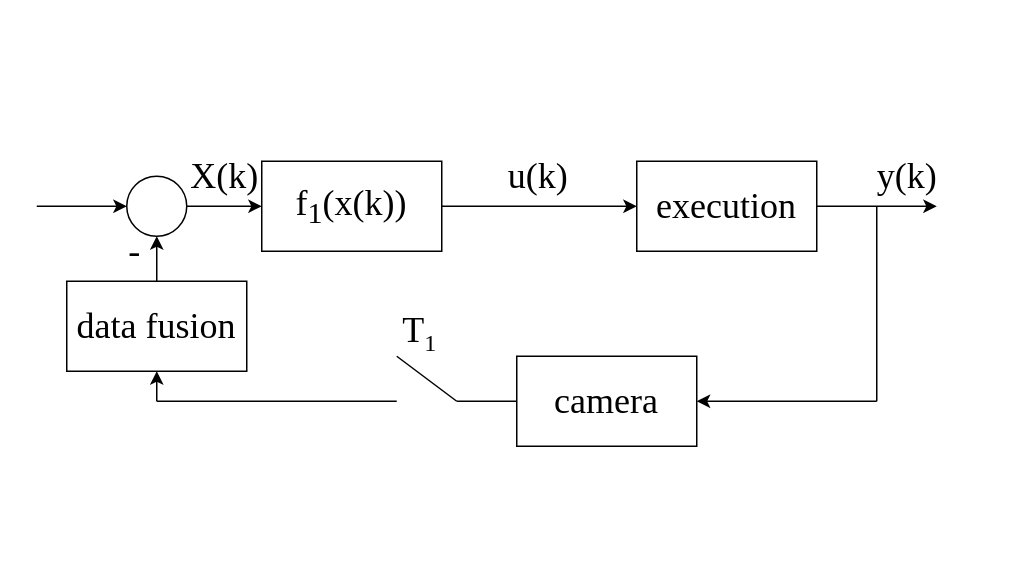
This is pics/block diagram/system model 1 sensor.drawio from kemosabe564/simulation, a draw.io file, before an edit. Source tidied: cells renumbered, new cells numbered last; positions are measured from the earlier drawing's top-left corner, leaving out a move shared by most shapes. Both pictures are drawn from the tidied source at 150%, with x=0, y=0 at pixel (36, 146).
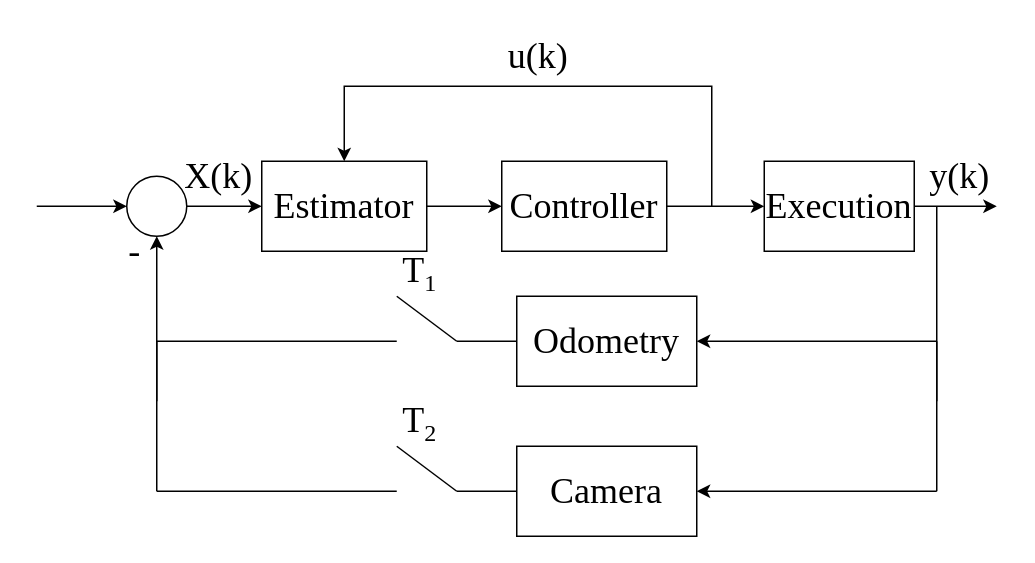
The same diagram, later.

The change refers to these unchanged cells:
```xml
<mxCell id="16" style="ellipse;whiteSpace=wrap;html=1;fontFamily=Times New Roman;fontSize=16;" parent="1" vertex="1">
  <mxGeometry x="60" y="20" width="40" height="40" as="geometry" />
</mxCell>
```

Diff of the diagram source:
```diff
@@
     <mxCell id="2" style="edgeStyle=orthogonalEdgeStyle;rounded=0;jettySize=auto;html=1;exitX=1;exitY=0.5;exitDx=0;exitDy=0;fontFamily=Times New Roman;fontSize=24;" parent="1" edge="1" source="3">
       <mxGeometry relative="1" as="geometry">
-        <mxPoint x="600" y="40" as="targetPoint" />
+        <mxPoint x="640" y="40" as="targetPoint" />
       </mxGeometry>
     </mxCell>
-    <mxCell id="3" value="&lt;font style=&quot;font-size: 24px;&quot; face=&quot;Times New Roman&quot;&gt;execution&lt;/font&gt;" style="rounded=0;whiteSpace=wrap;html=1;" parent="1" vertex="1">
-      <mxGeometry x="400" y="10" width="120" height="60" as="geometry" />
+    <mxCell id="3" value="&lt;font style=&quot;font-size: 24px;&quot; face=&quot;Times New Roman&quot;&gt;Execution&lt;/font&gt;" style="rounded=0;whiteSpace=wrap;html=1;" parent="1" vertex="1">
+      <mxGeometry x="485" y="10" width="100" height="60" as="geometry" />
     </mxCell>
     <mxCell id="4" value="y(k)" style="text;html=1;align=center;verticalAlign=middle;strokeColor=none;fillColor=none;fontSize=24;fontFamily=Times New Roman;" parent="1" vertex="1">
-      <mxGeometry x="550" width="60" height="40" as="geometry" />
+      <mxGeometry x="585" width="60" height="40" as="geometry" />
     </mxCell>
-    <mxCell id="5" style="edgeStyle=orthogonalEdgeStyle;rounded=0;jettySize=auto;html=1;exitX=1;exitY=0.5;exitDx=0;exitDy=0;entryX=0;entryY=0.5;entryDx=0;entryDy=0;fontFamily=Times New Roman;fontSize=24;" parent="1" edge="1" source="6" target="3">
-      <mxGeometry relative="1" as="geometry" />
-    </mxCell>
-    <mxCell id="6" value="f&lt;sub&gt;1&lt;/sub&gt;(x(k))" style="rounded=0;whiteSpace=wrap;html=1;fontFamily=Times New Roman;fontSize=24;" parent="1" vertex="1">
-      <mxGeometry x="150" y="10" width="120" height="60" as="geometry" />
-    </mxCell>
     <mxCell id="7" value="u(k)" style="text;html=1;align=center;verticalAlign=middle;strokeColor=none;fillColor=none;fontSize=24;fontFamily=Times New Roman;" parent="1" vertex="1">
-      <mxGeometry x="304" width="60" height="40" as="geometry" />
+      <mxGeometry x="304" y="-80" width="60" height="40" as="geometry" />
     </mxCell>
-    <mxCell id="8" value="camera" style="rounded=0;whiteSpace=wrap;html=1;fontFamily=Times New Roman;fontSize=24;" parent="1" vertex="1">
-      <mxGeometry x="320" y="140" width="120" height="60" as="geometry" />
+    <mxCell id="8" value="Odometry" style="rounded=0;whiteSpace=wrap;html=1;fontFamily=Times New Roman;fontSize=24;" parent="1" vertex="1">
+      <mxGeometry x="320" y="100" width="120" height="60" as="geometry" />
     </mxCell>
     <mxCell id="9" style="endArrow=none;html=1;rounded=0;fontFamily=Times New Roman;fontSize=24;" parent="1" edge="1">
       <mxGeometry relative="1" as="geometry">
-        <mxPoint x="560" y="170" as="sourcePoint" />
-        <mxPoint x="560" y="40" as="targetPoint" />
+        <mxPoint x="600" y="170" as="sourcePoint" />
+        <mxPoint x="600" y="40" as="targetPoint" />
       </mxGeometry>
     </mxCell>
     <mxCell id="10" style="endArrow=classic;html=1;rounded=0;fontFamily=Times New Roman;fontSize=24;entryX=1;entryY=0.5;entryDx=0;entryDy=0;" parent="1" edge="1" target="8">
       <mxGeometry relative="1" as="geometry">
-        <mxPoint x="560" y="170" as="sourcePoint" />
+        <mxPoint x="600" y="130" as="sourcePoint" />
       </mxGeometry>
     </mxCell>
     <mxCell id="11" style="endArrow=none;html=1;rounded=0;fontFamily=Times New Roman;fontSize=24;exitX=0;exitY=0.5;exitDx=0;exitDy=0;" parent="1" edge="1" source="8">
       <mxGeometry relative="1" as="geometry">
-        <mxPoint x="280" y="170" as="targetPoint" />
+        <mxPoint x="280" y="130" as="targetPoint" />
       </mxGeometry>
     </mxCell>
     <mxCell id="12" style="endArrow=none;html=1;rounded=0;fontFamily=Times New Roman;fontSize=24;" parent="1" edge="1">
       <mxGeometry relative="1" as="geometry">
-        <mxPoint x="280" y="170" as="sourcePoint" />
-        <mxPoint x="240" y="140" as="targetPoint" />
+        <mxPoint x="280" y="130" as="sourcePoint" />
+        <mxPoint x="240" y="100" as="targetPoint" />
       </mxGeometry>
     </mxCell>
     <mxCell id="13" value="T&lt;sub&gt;&lt;font style=&quot;font-size: 16px;&quot;&gt;1&lt;/font&gt;&lt;/sub&gt;" style="text;html=1;align=center;verticalAlign=middle;strokeColor=none;fillColor=none;fontSize=24;fontFamily=Times New Roman;" parent="1" vertex="1">
-      <mxGeometry x="230" y="100" width="50" height="50" as="geometry" />
+      <mxGeometry x="230" y="60" width="50" height="50" as="geometry" />
     </mxCell>
     <mxCell id="14" style="endArrow=none;html=1;rounded=0;fontFamily=Times New Roman;fontSize=16;" parent="1" edge="1">
       <mxGeometry relative="1" as="geometry">
-        <mxPoint x="240" y="170" as="sourcePoint" />
-        <mxPoint x="80" y="170" as="targetPoint" />
+        <mxPoint x="240" y="130" as="sourcePoint" />
+        <mxPoint x="80" y="130" as="targetPoint" />
       </mxGeometry>
     </mxCell>
-    <mxCell id="15" style="edgeStyle=orthogonalEdgeStyle;rounded=0;jettySize=auto;html=1;exitX=1;exitY=0.5;exitDx=0;exitDy=0;entryX=0;entryY=0.5;entryDx=0;entryDy=0;fontFamily=Times New Roman;fontSize=16;" parent="1" edge="1" source="16" target="6">
+    <mxCell id="15" style="edgeStyle=orthogonalEdgeStyle;rounded=0;jettySize=auto;html=1;exitX=1;exitY=0.5;exitDx=0;exitDy=0;entryX=0;entryY=0.5;entryDx=0;entryDy=0;fontFamily=Times New Roman;fontSize=16;" parent="1" edge="1" source="16" target="24">
       <mxGeometry relative="1" as="geometry" />
     </mxCell>
@@
-    <mxCell id="17" style="endArrow=classic;html=1;rounded=0;fontFamily=Times New Roman;fontSize=16;" parent="1" edge="1">
+    <mxCell id="17" style="endArrow=classic;html=1;rounded=0;fontFamily=Times New Roman;fontSize=16;entryX=0.5;entryY=1;entryDx=0;entryDy=0;" parent="1" edge="1" target="16">
       <mxGeometry relative="1" as="geometry">
         <mxPoint x="80" y="170" as="sourcePoint" />
-        <mxPoint x="80" y="150" as="targetPoint" />
       </mxGeometry>
     </mxCell>
@@
     <mxCell id="19" value="&lt;font style=&quot;font-size: 24px;&quot;&gt;X(k)&lt;/font&gt;" style="text;html=1;align=center;verticalAlign=middle;strokeColor=none;fillColor=none;fontSize=16;fontFamily=Times New Roman;" parent="1" vertex="1">
-      <mxGeometry x="90" width="70" height="40" as="geometry" />
+      <mxGeometry x="86" width="70" height="40" as="geometry" />
     </mxCell>
@@
-    <mxCell id="21" style="edgeStyle=orthogonalEdgeStyle;rounded=0;jettySize=auto;html=1;exitX=0.5;exitY=0;exitDx=0;exitDy=0;entryX=0.5;entryY=1;entryDx=0;entryDy=0;" parent="1" edge="1" source="22" target="16">
-      <mxGeometry relative="1" as="geometry" />
-    </mxCell>
-    <mxCell id="22" value="data fusion" style="rounded=0;whiteSpace=wrap;html=1;fontFamily=Times New Roman;fontSize=24;" parent="1" vertex="1">
-      <mxGeometry x="20" y="90" width="120" height="60" as="geometry" />
-    </mxCell>
+    <mxCell id="23" style="edgeStyle=orthogonalEdgeStyle;rounded=0;jettySize=auto;html=1;exitX=1;exitY=0.5;exitDx=0;exitDy=0;entryX=0;entryY=0.5;entryDx=0;entryDy=0;" parent="1" edge="1" source="24" target="35">
+      <mxGeometry relative="1" as="geometry" />
+    </mxCell>
+    <mxCell id="24" value="Estimator" style="rounded=0;whiteSpace=wrap;html=1;fontFamily=Times New Roman;fontSize=24;" parent="1" vertex="1">
+      <mxGeometry x="150" y="10" width="110" height="60" as="geometry" />
+    </mxCell>
+    <mxCell id="25" value="Camera" style="rounded=0;whiteSpace=wrap;html=1;fontFamily=Times New Roman;fontSize=24;" parent="1" vertex="1">
+      <mxGeometry x="320" y="200" width="120" height="60" as="geometry" />
+    </mxCell>
+    <mxCell id="26" style="endArrow=classic;html=1;rounded=0;fontFamily=Times New Roman;fontSize=24;entryX=1;entryY=0.5;entryDx=0;entryDy=0;" parent="1" edge="1" target="25">
+      <mxGeometry relative="1" as="geometry">
+        <mxPoint x="600" y="230" as="sourcePoint" />
+      </mxGeometry>
+    </mxCell>
+    <mxCell id="27" style="endArrow=none;html=1;rounded=0;fontFamily=Times New Roman;fontSize=24;exitX=0;exitY=0.5;exitDx=0;exitDy=0;" parent="1" edge="1" source="25">
+      <mxGeometry relative="1" as="geometry">
+        <mxPoint x="280" y="230" as="targetPoint" />
+      </mxGeometry>
+    </mxCell>
+    <mxCell id="28" style="endArrow=none;html=1;rounded=0;fontFamily=Times New Roman;fontSize=24;" parent="1" edge="1">
+      <mxGeometry relative="1" as="geometry">
+        <mxPoint x="280" y="230" as="sourcePoint" />
+        <mxPoint x="240" y="200" as="targetPoint" />
+      </mxGeometry>
+    </mxCell>
+    <mxCell id="29" style="endArrow=none;html=1;rounded=0;fontFamily=Times New Roman;fontSize=16;" parent="1" edge="1">
+      <mxGeometry relative="1" as="geometry">
+        <mxPoint x="240" y="230" as="sourcePoint" />
+        <mxPoint x="80" y="230" as="targetPoint" />
+      </mxGeometry>
+    </mxCell>
+    <mxCell id="30" value="T&lt;sub&gt;&lt;font style=&quot;font-size: 16px;&quot;&gt;2&lt;/font&gt;&lt;/sub&gt;" style="text;html=1;align=center;verticalAlign=middle;strokeColor=none;fillColor=none;fontSize=24;fontFamily=Times New Roman;" parent="1" vertex="1">
+      <mxGeometry x="230" y="160" width="50" height="50" as="geometry" />
+    </mxCell>
+    <mxCell id="31" style="endArrow=none;html=1;rounded=0;" parent="1" edge="1">
+      <mxGeometry relative="1" as="geometry">
+        <mxPoint x="600" y="230" as="sourcePoint" />
+        <mxPoint x="600" y="130" as="targetPoint" />
+      </mxGeometry>
+    </mxCell>
+    <mxCell id="32" style="endArrow=none;html=1;rounded=0;" parent="1" edge="1">
+      <mxGeometry relative="1" as="geometry">
+        <mxPoint x="80" y="230" as="sourcePoint" />
+        <mxPoint x="80" y="130" as="targetPoint" />
+      </mxGeometry>
+    </mxCell>
+    <mxCell id="33" style="edgeStyle=orthogonalEdgeStyle;rounded=0;jettySize=auto;html=1;exitX=1;exitY=0.5;exitDx=0;exitDy=0;entryX=0;entryY=0.5;entryDx=0;entryDy=0;" parent="1" edge="1" source="35" target="3">
+      <mxGeometry relative="1" as="geometry" />
+    </mxCell>
+    <mxCell id="34" style="edgeStyle=orthogonalEdgeStyle;rounded=0;jettySize=auto;html=1;entryX=0.5;entryY=0;entryDx=0;entryDy=0;" parent="1" edge="1" target="24">
+      <mxGeometry relative="1" as="geometry">
+        <mxPoint x="450" y="40" as="sourcePoint" />
+        <Array as="points">
+          <mxPoint x="450" y="-40" />
+          <mxPoint x="205" y="-40" />
+        </Array>
+      </mxGeometry>
+    </mxCell>
+    <mxCell id="35" value="Controller" style="rounded=0;whiteSpace=wrap;html=1;fontFamily=Times New Roman;fontSize=24;" parent="1" vertex="1">
+      <mxGeometry x="310" y="10" width="110" height="60" as="geometry" />
+    </mxCell>
```
